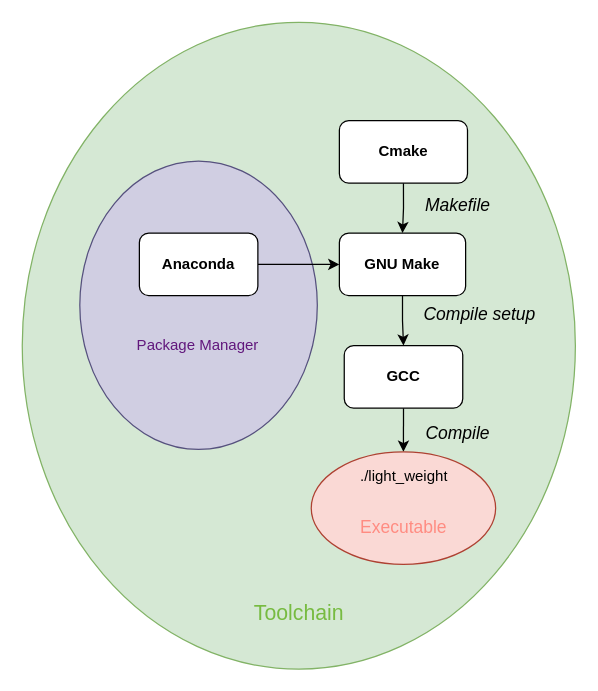
This is fig/lightweight toolchain.drawio from gotvinne/Light-weight-MPC, a draw.io file, before an edit. Source tidied: cells renumbered, new cells numbered last; positions are measured from the earlier drawing's top-left corner, leaving out a move shared by most shapes. Both pictures are drawn from the tidied source at 125%, with x=0, y=0 at pixel (-25, 69).
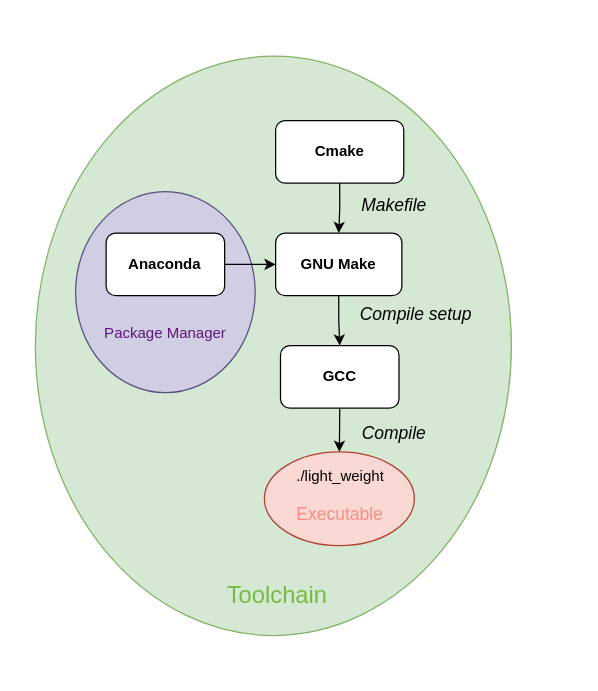
The same page after the edit.

Change to the diagram source:
```diff
@@
 <mxGraphModel>
   <root>
     <mxCell id="0" />
     <mxCell id="1" parent="0" />
     <mxCell id="2" style="ellipse;whiteSpace=wrap;html=1;fillColor=#d5e8d4;rotation=90;strokeColor=#82B366;" parent="1" vertex="1">
-      <mxGeometry x="-0.2" y="-0.2" width="517.5" height="442.5" as="geometry" />
+      <mxGeometry x="6.5" y="30.8" width="463.4" height="380.8" as="geometry" />
     </mxCell>
     <mxCell id="3" style="edgeStyle=orthogonalEdgeStyle;rounded=0;jettySize=auto;html=1;exitX=0.5;exitY=1;exitDx=0;exitDy=0;fontSize=17;fontColor=#77bb41;" parent="1" edge="1" source="4" target="6">
       <mxGeometry relative="1" as="geometry" />
     </mxCell>
     <mxCell id="4" value="&lt;b&gt;Cmake&lt;/b&gt;" style="rounded=1;whiteSpace=wrap;html=1;" parent="1" vertex="1">
-      <mxGeometry x="291" y="41" width="102.5" height="50" as="geometry" />
+      <mxGeometry x="240" y="41" width="102.5" height="50" as="geometry" />
     </mxCell>
     <mxCell id="5" style="edgeStyle=orthogonalEdgeStyle;rounded=0;jettySize=auto;html=1;exitX=0.5;exitY=1;exitDx=0;exitDy=0;entryX=0.5;entryY=0;entryDx=0;entryDy=0;fontSize=17;fontColor=#77bb41;" parent="1" edge="1" source="6" target="8">
       <mxGeometry relative="1" as="geometry" />
     </mxCell>
     <mxCell id="6" value="&lt;b&gt;GNU Make&lt;/b&gt;" style="rounded=1;whiteSpace=wrap;html=1;" parent="1" vertex="1">
-      <mxGeometry x="291" y="131" width="101" height="50" as="geometry" />
+      <mxGeometry x="240" y="131" width="101" height="50" as="geometry" />
     </mxCell>
     <mxCell id="7" style="edgeStyle=orthogonalEdgeStyle;rounded=0;jettySize=auto;html=1;exitX=0.5;exitY=1;exitDx=0;exitDy=0;entryX=0.5;entryY=0;entryDx=0;entryDy=0;fontSize=14;fontColor=#ff8c82;" parent="1" edge="1" source="8" target="14">
       <mxGeometry relative="1" as="geometry" />
     </mxCell>
     <mxCell id="8" value="&lt;b&gt;GCC&lt;/b&gt;" style="rounded=1;whiteSpace=wrap;html=1;" parent="1" vertex="1">
-      <mxGeometry x="294.9" y="221" width="94.8" height="50" as="geometry" />
+      <mxGeometry x="243.9" y="221" width="94.8" height="50" as="geometry" />
     </mxCell>
     <mxCell id="9" style="ellipse;whiteSpace=wrap;html=1;strokeColor=#56517e;fillColor=#d0cee2;rotation=-90;" parent="1" vertex="1">
-      <mxGeometry x="63" y="93.7" width="230.7" height="190" as="geometry" />
+      <mxGeometry x="71.4" y="106.4" width="160.8" height="143.7" as="geometry" />
     </mxCell>
     <mxCell id="10" style="edgeStyle=orthogonalEdgeStyle;rounded=0;jettySize=auto;html=1;exitX=1;exitY=0.5;exitDx=0;exitDy=0;entryX=0;entryY=0.5;entryDx=0;entryDy=0;fontSize=17;fontColor=#77bb41;" parent="1" edge="1" source="11" target="6">
       <mxGeometry relative="1" as="geometry" />
     </mxCell>
     <mxCell id="11" value="&lt;b&gt;Anaconda&lt;/b&gt;" style="rounded=1;whiteSpace=wrap;html=1;" parent="1" vertex="1">
-      <mxGeometry x="131" y="131" width="94.8" height="50" as="geometry" />
+      <mxGeometry x="104.4" y="131" width="94.8" height="50" as="geometry" />
     </mxCell>
     <mxCell id="12" value="Package Manager" style="text;html=1;strokeColor=#56517E;fillColor=#d0cee2;align=center;verticalAlign=middle;whiteSpace=wrap;rounded=0;fontColor=#61177c;opacity=0;" parent="1" vertex="1">
-      <mxGeometry x="108.4" y="201" width="140" height="40" as="geometry" />
+      <mxGeometry x="81.8" y="191" width="140" height="40" as="geometry" />
     </mxCell>
-    <mxCell id="13" value="&lt;font color=&quot;#77bb41&quot; style=&quot;font-size: 17px;&quot;&gt;Toolchain&lt;/font&gt;" style="text;html=1;strokeColor=#56517E;fillColor=#d0cee2;align=center;verticalAlign=middle;whiteSpace=wrap;rounded=0;fontColor=#61177c;opacity=0;" parent="1" vertex="1">
-      <mxGeometry x="153.5" y="401" width="210" height="70" as="geometry" />
+    <mxCell id="13" value="&lt;font style=&quot;font-size: 19px;&quot; color=&quot;#77bb41&quot;&gt;Toolchain&lt;/font&gt;" style="text;html=1;strokeColor=#56517E;fillColor=#d0cee2;align=center;verticalAlign=middle;whiteSpace=wrap;rounded=0;fontColor=#61177c;opacity=0;" parent="1" vertex="1">
+      <mxGeometry x="183.2" y="401" width="116.8" height="40" as="geometry" />
     </mxCell>
     <mxCell id="14" style="ellipse;whiteSpace=wrap;html=1;strokeColor=#ae4132;fontSize=17;fillColor=#fad9d5;" parent="1" vertex="1">
-      <mxGeometry x="268.5" y="306" width="147.5" height="90" as="geometry" />
+      <mxGeometry x="231" y="306" width="120" height="75" as="geometry" />
     </mxCell>
     <mxCell id="15" value="./light_weight" style="text;strokeColor=none;fillColor=none;align=left;verticalAlign=middle;spacingLeft=4;spacingRight=4;overflow=hidden;whiteSpace=wrap;html=1;" parent="1" vertex="1">
-      <mxGeometry x="301.5" y="311" width="80" height="30" as="geometry" />
+      <mxGeometry x="250.5" y="311" width="80" height="30" as="geometry" />
     </mxCell>
     <mxCell id="16" value="&lt;font color=&quot;#ff8c82&quot; style=&quot;font-size: 14px;&quot;&gt;Executable&lt;/font&gt;" style="text;strokeColor=none;fillColor=none;align=left;verticalAlign=middle;spacingLeft=4;spacingRight=4;overflow=hidden;whiteSpace=wrap;html=1;" parent="1" vertex="1">
-      <mxGeometry x="301.5" y="351" width="80" height="30" as="geometry" />
+      <mxGeometry x="250.5" y="341" width="80" height="30" as="geometry" />
     </mxCell>
     <mxCell id="17" value="Makefile" style="text;html=1;strokeColor=none;fillColor=none;align=center;verticalAlign=middle;whiteSpace=wrap;rounded=0;fontSize=14;fontColor=#000000;fontStyle=2;" parent="1" vertex="1">
-      <mxGeometry x="356" y="93.7" width="60" height="30" as="geometry" />
+      <mxGeometry x="305" y="93.7" width="60" height="30" as="geometry" />
     </mxCell>
     <mxCell id="18" value="Compile" style="text;html=1;strokeColor=none;fillColor=none;align=center;verticalAlign=middle;whiteSpace=wrap;rounded=0;fontSize=14;fontColor=#000000;fontStyle=2;" parent="1" vertex="1">
-      <mxGeometry x="356" y="276" width="60" height="30" as="geometry" />
+      <mxGeometry x="305" y="276" width="60" height="30" as="geometry" />
     </mxCell>
     <mxCell id="19" value="Compile setup" style="text;html=1;strokeColor=none;fillColor=none;align=center;verticalAlign=middle;whiteSpace=wrap;rounded=0;fontSize=14;fontColor=#000000;fontStyle=2;" parent="1" vertex="1">
-      <mxGeometry x="351" y="181" width="105" height="30" as="geometry" />
+      <mxGeometry x="300" y="181" width="105" height="30" as="geometry" />
     </mxCell>
   </root>
 </mxGraphModel>
```
